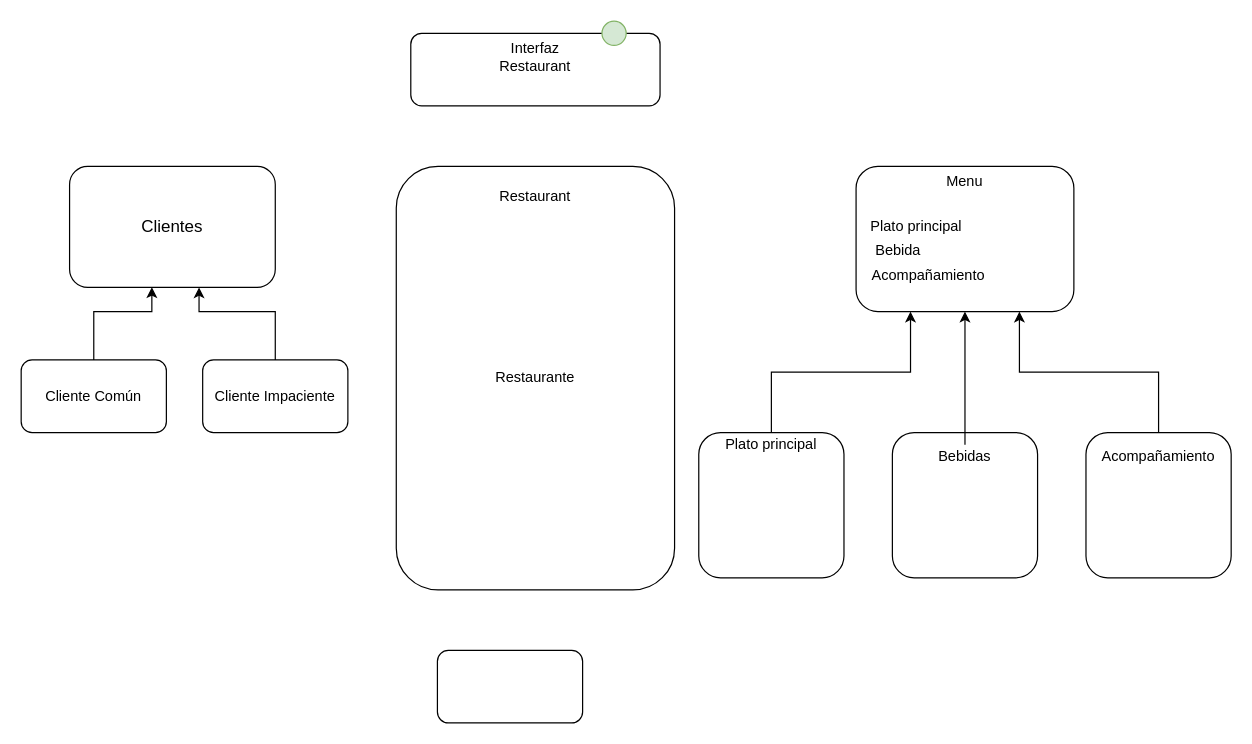
KevinCordoba/Proyecto_POO_1 keeps this draw.io diagram as Untitled Diagram.drawio. Above is the earlier version. Source tidied: cells renumbered, new cells numbered last; positions are measured from the earlier drawing's top-left corner, leaving out a move shared by most shapes. Both pictures are drawn from the tidied source at 121%, with x=0, y=0 at pixel (21, 21).
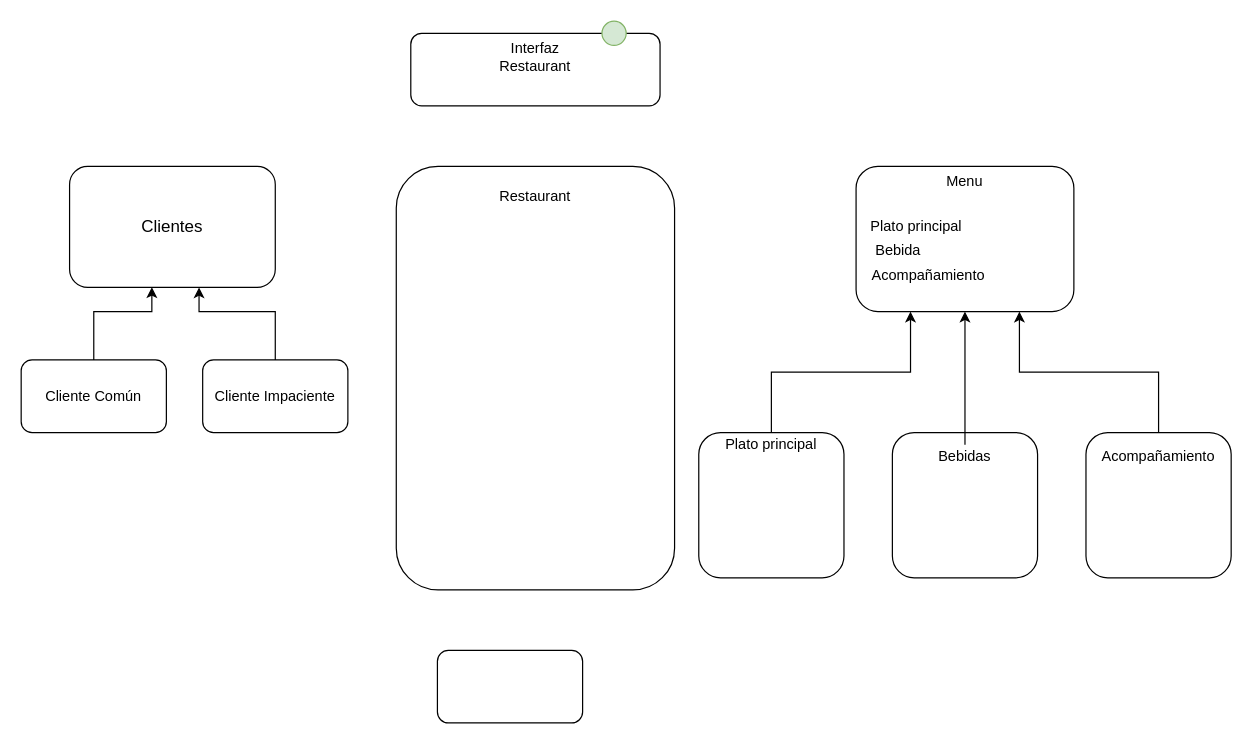
Above is the later version.

What changed in the source:
```diff
@@
-    <mxCell id="5" value="Restaurante" style="rounded=1;whiteSpace=wrap;html=1;" parent="1" vertex="1">
+    <mxCell id="5" style="rounded=1;whiteSpace=wrap;html=1;" parent="1" vertex="1">
       <mxGeometry x="310" y="120" width="230" height="350" as="geometry" />
     </mxCell>
```
